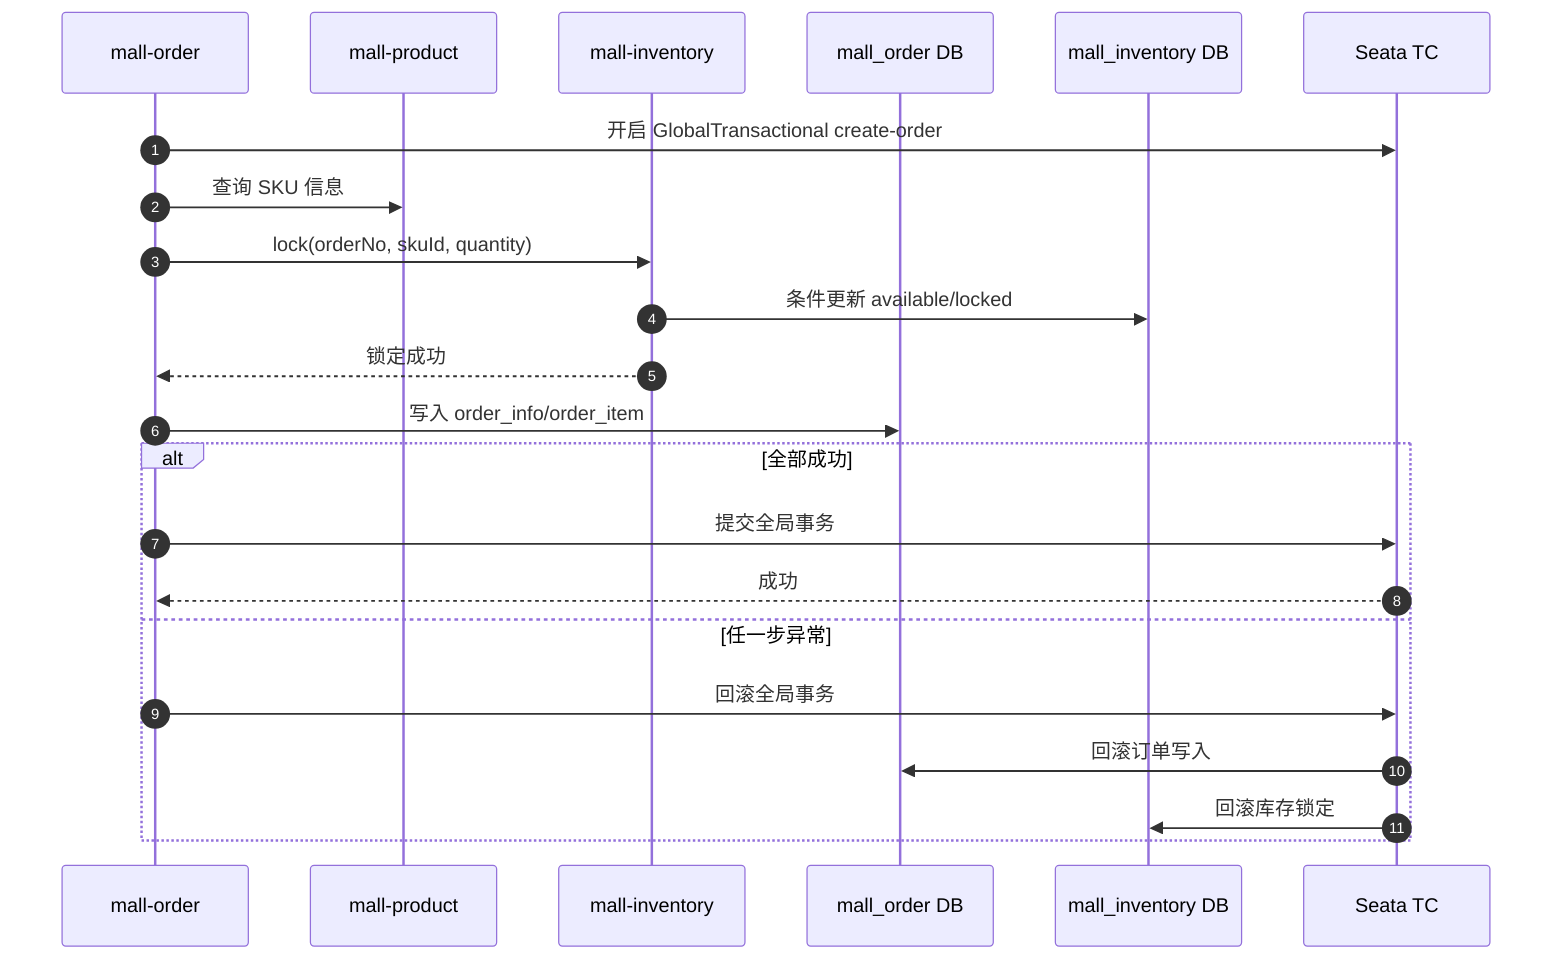
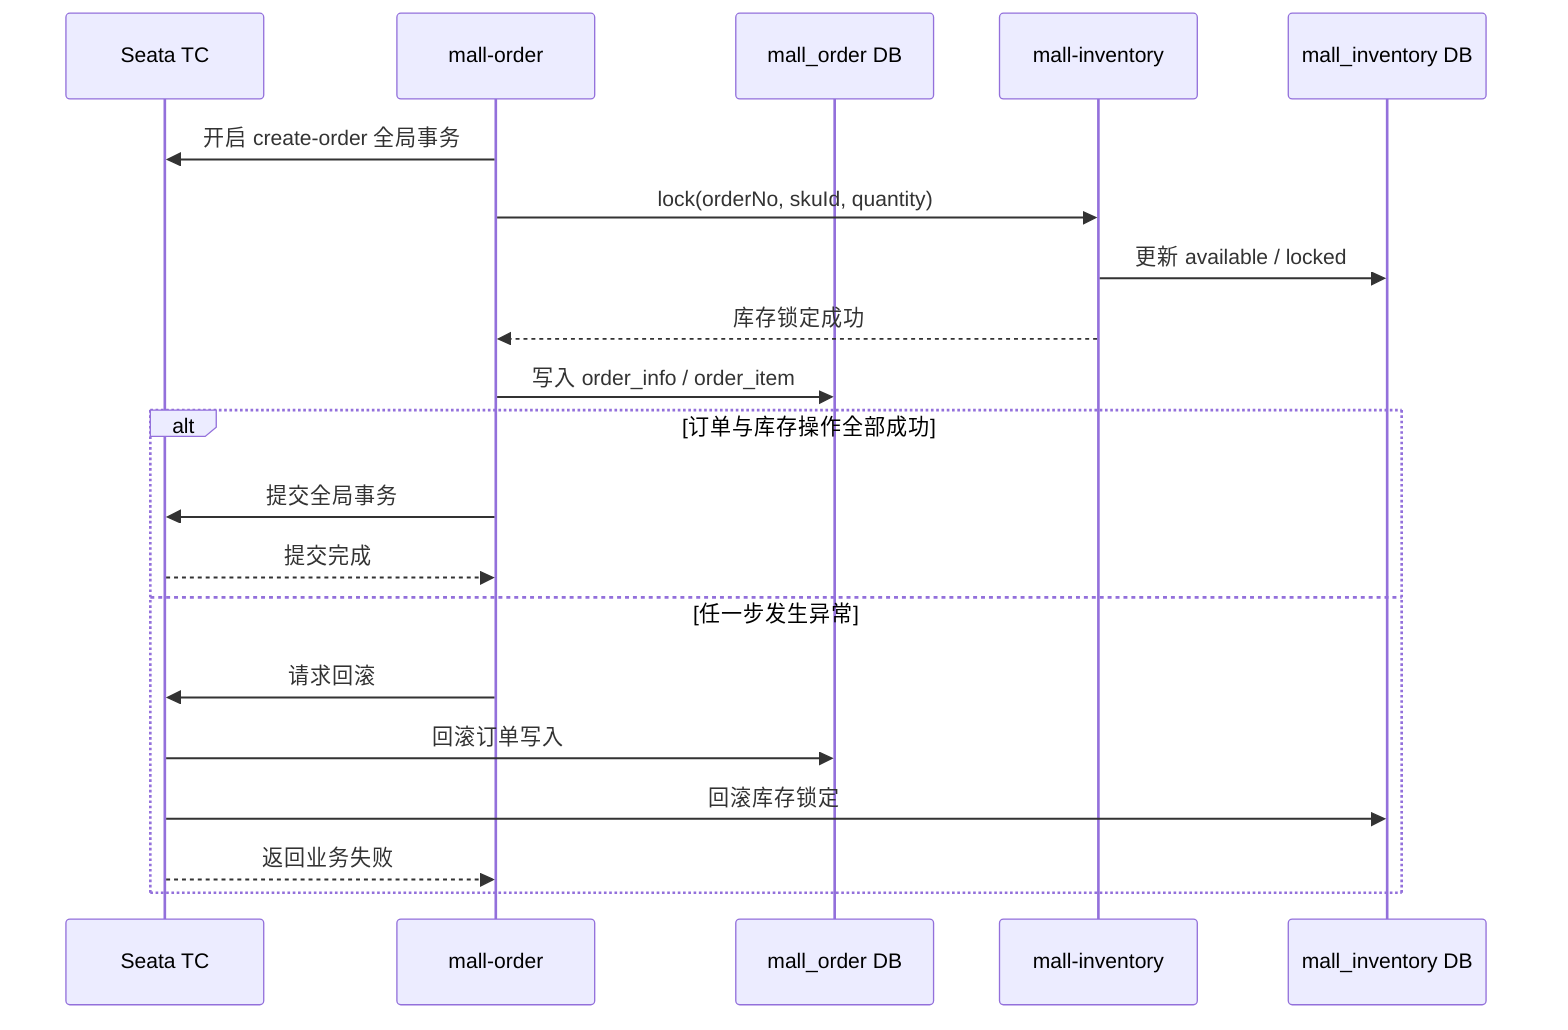
sequenceDiagram
-   autonumber
+   participant TC as Seata TC
  participant O as mall-order
-   participant P as mall-product
+   participant ODB as mall_order DB
  participant I as mall-inventory
-   participant DB1 as mall_order DB
-   participant DB2 as mall_inventory DB
-   participant S as Seata TC
+   participant IDB as mall_inventory DB

-   O->>S: 开启 GlobalTransactional create-order
-   O->>P: 查询 SKU 信息
+   O->>TC: 开启 create-order 全局事务
  O->>I: lock(orderNo, skuId, quantity)
-   I->>DB2: 条件更新 available/locked
-   I-->>O: 锁定成功
-   O->>DB1: 写入 order_info/order_item
-   alt 全部成功
-     O->>S: 提交全局事务
-     S-->>O: 成功
-   else 任一步异常
-     O->>S: 回滚全局事务
-     S->>DB1: 回滚订单写入
-     S->>DB2: 回滚库存锁定
+   I->>IDB: 更新 available / locked
+   I-->>O: 库存锁定成功
+   O->>ODB: 写入 order_info / order_item
+ 
+   alt 订单与库存操作全部成功
+     O->>TC: 提交全局事务
+     TC-->>O: 提交完成
+   else 任一步发生异常
+     O->>TC: 请求回滚
+     TC->>ODB: 回滚订单写入
+     TC->>IDB: 回滚库存锁定
+     TC-->>O: 返回业务失败
  end
